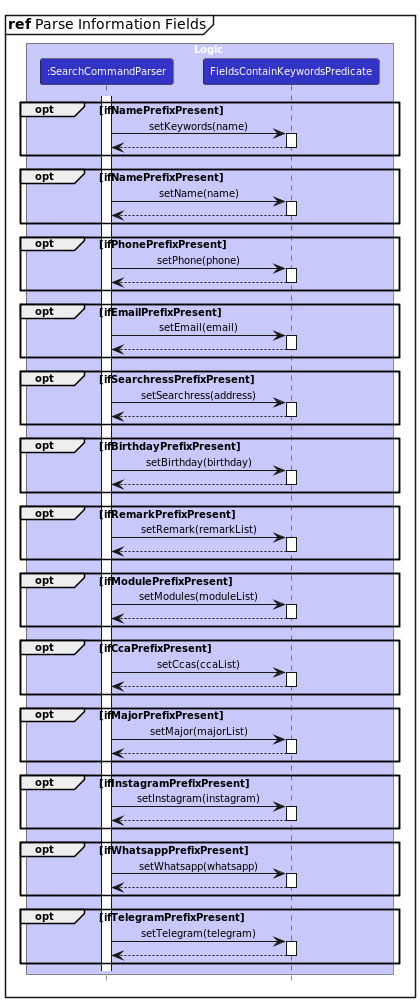
nus-cs2103-AY2223S2/tp keeps this PlantUML diagram as docs/images/SearchCommandParseInformationFieldsDiagram.png. Above is the earlier version.
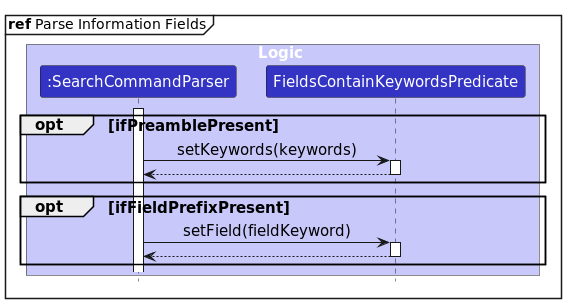
After the commit.

Commit message:
change diagram in DG in search command description

Diff of the diagram source:
```diff
@@ -2,8 +2,8 @@
 !include style.puml
 mainframe **ref** Parse Information Fields
 
-skinparam defaultFontSize 10
-skinparam titleFontSize 10
+skinparam defaultFontSize 15
+skinparam titleFontSize 15
 
 box Logic LOGIC_COLOR_T1
 participant ":SearchCommandParser" as SearchCommandParser LOGIC_COLOR
@@ -12,68 +12,13 @@
 
 activate SearchCommandParser
 
-opt ifNamePrefixPresent
-    SearchCommandParser->FieldsContainKeywordsPredicate:setKeywords(name)
+opt ifPreamblePresent
+    SearchCommandParser->FieldsContainKeywordsPredicate:setKeywords(keywords)
     activate FieldsContainKeywordsPredicate
     return
 end
-opt ifNamePrefixPresent
-    SearchCommandParser->FieldsContainKeywordsPredicate:setName(name)
-    activate FieldsContainKeywordsPredicate
-    return
-end
-opt ifPhonePrefixPresent
-    SearchCommandParser->FieldsContainKeywordsPredicate:setPhone(phone)
-    activate FieldsContainKeywordsPredicate
-    return
-end
-opt ifEmailPrefixPresent
-    SearchCommandParser->FieldsContainKeywordsPredicate:setEmail(email)
-    activate FieldsContainKeywordsPredicate
-    return
-end
-opt ifSearchressPrefixPresent
-    SearchCommandParser->FieldsContainKeywordsPredicate:setSearchress(address)
-    activate FieldsContainKeywordsPredicate
-    return
-end
-opt ifBirthdayPrefixPresent
-    SearchCommandParser->FieldsContainKeywordsPredicate:setBirthday(birthday)
-    activate FieldsContainKeywordsPredicate
-    return
-end
-opt ifRemarkPrefixPresent
-    SearchCommandParser->FieldsContainKeywordsPredicate:setRemark(remarkList)
-    activate FieldsContainKeywordsPredicate
-    return
-end
-opt ifModulePrefixPresent
-    SearchCommandParser->FieldsContainKeywordsPredicate:setModules(moduleList)
-    activate FieldsContainKeywordsPredicate
-    return
-end
-opt ifCcaPrefixPresent
-    SearchCommandParser->FieldsContainKeywordsPredicate:setCcas(ccaList)
-    activate FieldsContainKeywordsPredicate
-    return
-end
-opt ifMajorPrefixPresent
-    SearchCommandParser->FieldsContainKeywordsPredicate:setMajor(majorList)
-    activate FieldsContainKeywordsPredicate
-    return
-end
-opt ifInstagramPrefixPresent
-    SearchCommandParser->FieldsContainKeywordsPredicate:setInstagram(instagram)
-    activate FieldsContainKeywordsPredicate
-    return
-end
-opt ifWhatsappPrefixPresent
-    SearchCommandParser->FieldsContainKeywordsPredicate:setWhatsapp(whatsapp)
-    activate FieldsContainKeywordsPredicate
-    return
-end
-opt ifTelegramPrefixPresent
-    SearchCommandParser->FieldsContainKeywordsPredicate:setTelegram(telegram)
+opt ifFieldPrefixPresent
+    SearchCommandParser->FieldsContainKeywordsPredicate:setField(fieldKeyword)
     activate FieldsContainKeywordsPredicate
     return
 end
```
